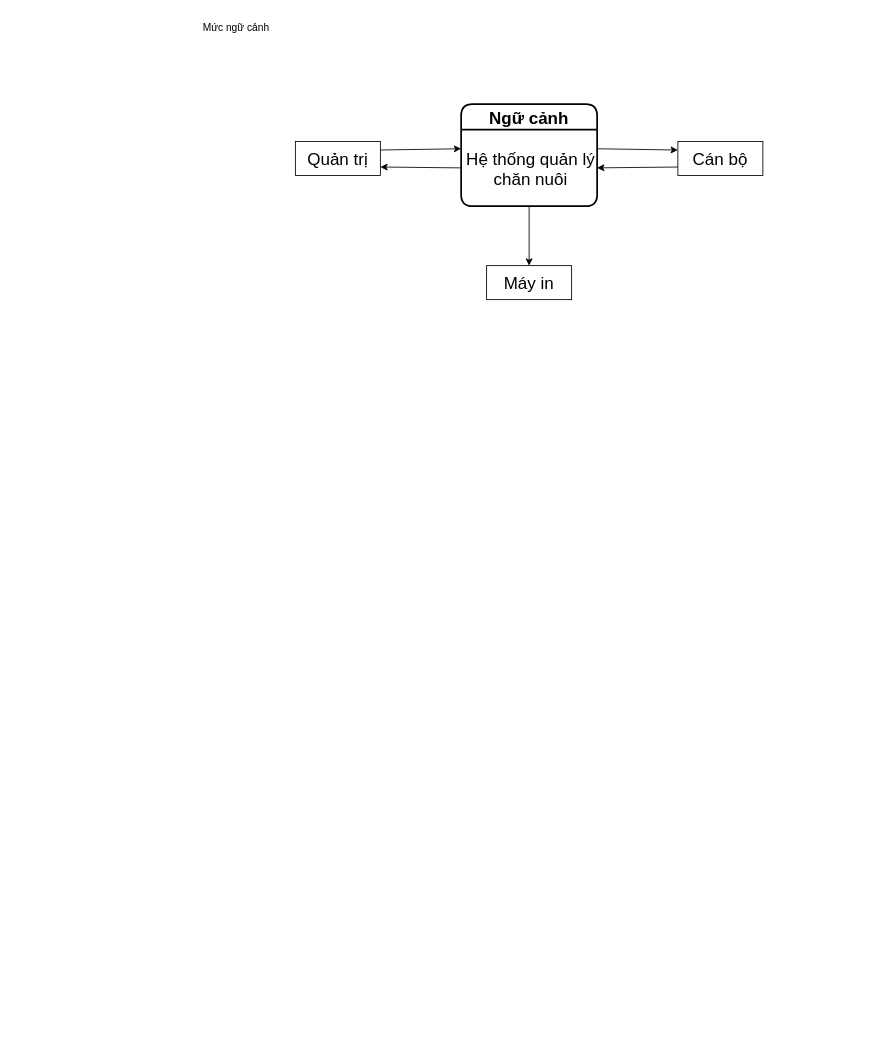
Earlier version of the draw.io diagram Data Flow Diagram.drawio (ngkhnghia/ktpmud). Source tidied: cells renumbered, new cells numbered last; positions are measured from the earlier drawing's top-left corner, leaving out a move shared by most shapes. Both pictures are drawn from the tidied source at 85%, with x=0, y=0 at pixel (193, 14).
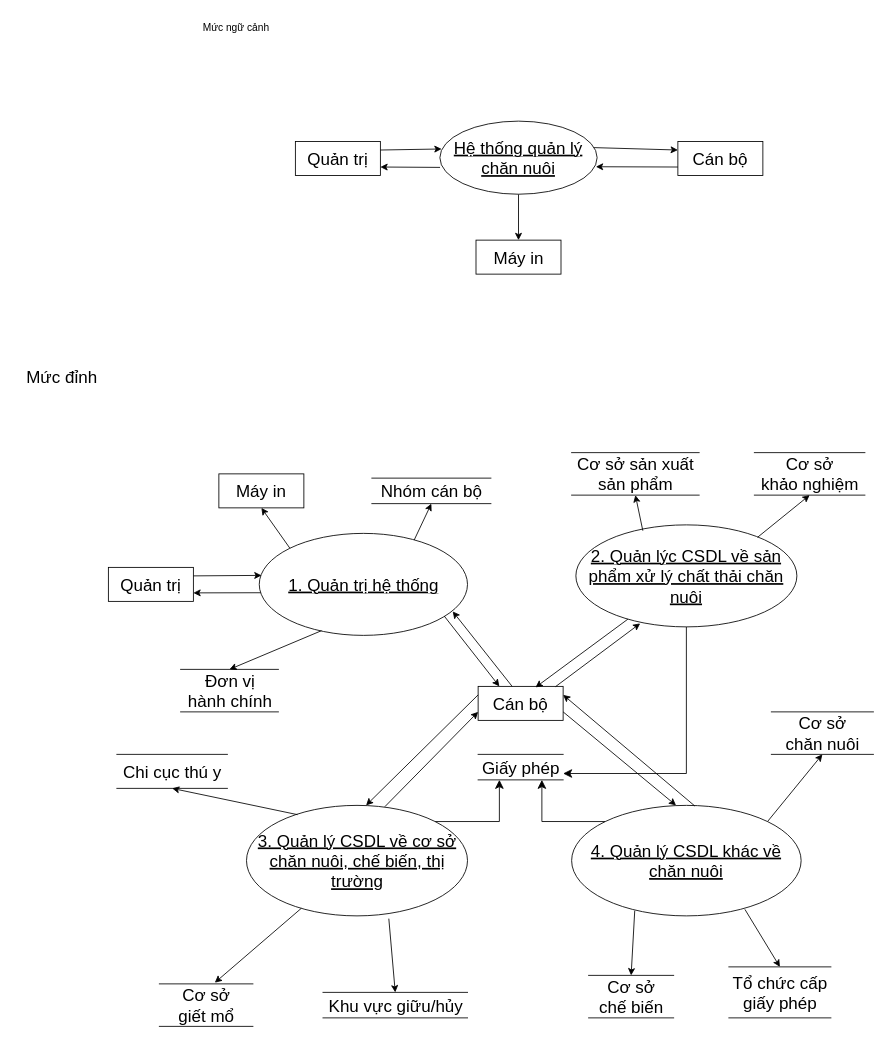
The same page after the edit.

Unchanged cells that the change refers to:
```xml
<mxCell id="6" value="Quản trị" style="whiteSpace=wrap;html=1;align=center;fontSize=20;" parent="1" vertex="1">
  <mxGeometry x="120" y="149" width="100" height="40" as="geometry" />
</mxCell>
<mxCell id="7" value="Cán bộ" style="whiteSpace=wrap;html=1;align=center;fontSize=20;" parent="1" vertex="1">
  <mxGeometry x="570" y="149" width="100" height="40" as="geometry" />
</mxCell>
```

Change to the diagram source:
```diff
@@
-    <mxCell id="3" value="Ngữ cảnh" style="swimlane;horizontal=1;startSize=30;rounded=1;fontSize=20;fontStyle=1;strokeWidth=2;shadow=0;dashed=0;align=center;" parent="1" vertex="1">
-      <mxGeometry x="315" y="105" width="160" height="120" as="geometry" />
-    </mxCell>
-    <mxCell id="4" value="Hệ thống quản lý &#10;chăn nuôi" style="align=center;strokeColor=none;fillColor=none;spacingLeft=4;fontSize=20;verticalAlign=middle;" parent="3" vertex="1">
-      <mxGeometry y="30" width="160" height="90" as="geometry" />
-    </mxCell>
     <mxCell id="5" value="Máy in" style="whiteSpace=wrap;html=1;align=center;fontSize=20;" parent="1" vertex="1">
-      <mxGeometry x="345" y="295" width="100" height="40" as="geometry" />
+      <mxGeometry x="332.5" y="265" width="100" height="40" as="geometry" />
     </mxCell>
@@
-    <mxCell id="9" style="endArrow=classic;html=1;rounded=0;fontSize=20;entryX=1;entryY=0.5;entryDx=0;entryDy=0;exitX=0;exitY=0.75;exitDx=0;exitDy=0;" parent="1" edge="1" source="7" target="4">
+    <mxCell id="9" style="endArrow=classic;html=1;rounded=0;fontSize=20;exitX=0;exitY=0.75;exitDx=0;exitDy=0;entryX=0.992;entryY=0.624;entryDx=0;entryDy=0;entryPerimeter=0;" parent="1" edge="1" source="7" target="4">
       <mxGeometry relative="1" as="geometry" />
     </mxCell>
-    <mxCell id="10" style="endArrow=classic;html=1;rounded=0;fontSize=20;entryX=0;entryY=0.25;entryDx=0;entryDy=0;exitX=1;exitY=0.25;exitDx=0;exitDy=0;" parent="1" edge="1" source="4" target="7">
+    <mxCell id="10" style="endArrow=classic;html=1;rounded=0;fontSize=20;entryX=0;entryY=0.25;entryDx=0;entryDy=0;exitX=0.972;exitY=0.362;exitDx=0;exitDy=0;exitPerimeter=0;" parent="1" edge="1" source="4" target="7">
       <mxGeometry relative="1" as="geometry" />
     </mxCell>
-    <mxCell id="11" style="endArrow=classic;html=1;rounded=0;fontSize=20;entryX=1;entryY=0.75;entryDx=0;entryDy=0;exitX=0;exitY=0.5;exitDx=0;exitDy=0;" parent="1" edge="1" source="4" target="6">
+    <mxCell id="11" style="endArrow=classic;html=1;rounded=0;fontSize=20;entryX=1;entryY=0.75;entryDx=0;entryDy=0;exitX=0.001;exitY=0.633;exitDx=0;exitDy=0;exitPerimeter=0;" parent="1" edge="1" source="4" target="6">
       <mxGeometry relative="1" as="geometry" />
     </mxCell>
-    <mxCell id="12" style="endArrow=classic;html=1;rounded=0;fontSize=20;entryX=0;entryY=0.25;entryDx=0;entryDy=0;exitX=1;exitY=0.25;exitDx=0;exitDy=0;" parent="1" edge="1" source="6" target="4">
+    <mxCell id="12" style="endArrow=classic;html=1;rounded=0;fontSize=20;entryX=0.011;entryY=0.381;entryDx=0;entryDy=0;exitX=1;exitY=0.25;exitDx=0;exitDy=0;entryPerimeter=0;" parent="1" edge="1" source="6" target="4">
       <mxGeometry relative="1" as="geometry" />
     </mxCell>
+    <mxCell id="13" value="Mức đỉnh" style="text;html=1;align=center;verticalAlign=middle;strokeColor=none;fillColor=none;fontSize=20;" parent="1" vertex="1">
+      <mxGeometry x="-210" y="405" width="110" height="40" as="geometry" />
+    </mxCell>
+    <mxCell id="4" value="Hệ thống quản lý chăn nuôi" style="ellipse;whiteSpace=wrap;html=1;align=center;fontStyle=4;fontSize=20;" parent="1" vertex="1">
+      <mxGeometry x="290" y="125" width="185" height="86" as="geometry" />
+    </mxCell>
+    <mxCell id="14" value="4. Quản lý CSDL khác về chăn nuôi" style="ellipse;whiteSpace=wrap;html=1;align=center;fontStyle=4;fontSize=20;" parent="1" vertex="1">
+      <mxGeometry x="445" y="930" width="270" height="130" as="geometry" />
+    </mxCell>
+    <mxCell id="15" value="2. Quản lýc CSDL về sản phẩm xử lý chất thải chăn nuôi" style="ellipse;whiteSpace=wrap;html=1;align=center;fontStyle=4;fontSize=20;" parent="1" vertex="1">
+      <mxGeometry x="450" y="600" width="260" height="120" as="geometry" />
+    </mxCell>
+    <mxCell id="16" value="1. Quản trị hệ thống" style="ellipse;whiteSpace=wrap;html=1;align=center;fontStyle=4;fontSize=20;" parent="1" vertex="1">
+      <mxGeometry x="77.5" y="610" width="245" height="120" as="geometry" />
+    </mxCell>
+    <mxCell id="17" value="3. Quản lý CSDL về cơ sở chăn nuôi, chế biến, thị trường" style="ellipse;whiteSpace=wrap;html=1;align=center;fontStyle=4;fontSize=20;" parent="1" vertex="1">
+      <mxGeometry x="62.5" y="930" width="260" height="130" as="geometry" />
+    </mxCell>
+    <mxCell id="18" value="Quản trị" style="whiteSpace=wrap;html=1;align=center;fontSize=20;" parent="1" vertex="1">
+      <mxGeometry x="-100" y="650" width="100" height="40" as="geometry" />
+    </mxCell>
+    <mxCell id="19" value="Cán bộ" style="whiteSpace=wrap;html=1;align=center;fontSize=20;" parent="1" vertex="1">
+      <mxGeometry x="335" y="790" width="100" height="40" as="geometry" />
+    </mxCell>
+    <mxCell id="20" value="Máy in" style="whiteSpace=wrap;html=1;align=center;fontSize=20;" parent="1" vertex="1">
+      <mxGeometry x="30" y="540" width="100" height="40" as="geometry" />
+    </mxCell>
+    <mxCell id="21" value="Đơn vị&lt;br&gt;hành chính" style="html=1;dashed=0;whitespace=wrap;shape=partialRectangle;right=0;left=0;fontSize=20;" parent="1" vertex="1">
+      <mxGeometry x="-15" y="770" width="115" height="50" as="geometry" />
+    </mxCell>
+    <mxCell id="22" value="Nhóm cán bộ" style="html=1;dashed=0;whitespace=wrap;shape=partialRectangle;right=0;left=0;fontSize=20;" parent="1" vertex="1">
+      <mxGeometry x="210" y="545" width="140" height="30" as="geometry" />
+    </mxCell>
+    <mxCell id="23" value="Cơ sở sản xuất &lt;br&gt;sản phẩm" style="html=1;dashed=0;whitespace=wrap;shape=partialRectangle;right=0;left=0;fontSize=20;" parent="1" vertex="1">
+      <mxGeometry x="445" y="515" width="150" height="50" as="geometry" />
+    </mxCell>
+    <mxCell id="24" value="Cơ sở&lt;br&gt;khảo nghiệm" style="html=1;dashed=0;whitespace=wrap;shape=partialRectangle;right=0;left=0;fontSize=20;" parent="1" vertex="1">
+      <mxGeometry x="660" y="515" width="130" height="50" as="geometry" />
+    </mxCell>
+    <mxCell id="25" value="Giấy phép" style="html=1;dashed=0;whitespace=wrap;shape=partialRectangle;right=0;left=0;fontSize=20;" parent="1" vertex="1">
+      <mxGeometry x="335" y="870" width="100" height="30" as="geometry" />
+    </mxCell>
+    <mxCell id="26" value="Cơ sở&lt;br&gt;chế biến" style="html=1;dashed=0;whitespace=wrap;shape=partialRectangle;right=0;left=0;fontSize=20;" parent="1" vertex="1">
+      <mxGeometry x="465" y="1130" width="100" height="50" as="geometry" />
+    </mxCell>
+    <mxCell id="27" value="Tổ chức cấp&lt;br&gt;giấy phép" style="html=1;dashed=0;whitespace=wrap;shape=partialRectangle;right=0;left=0;fontSize=20;" parent="1" vertex="1">
+      <mxGeometry x="630" y="1120" width="120" height="60" as="geometry" />
+    </mxCell>
+    <mxCell id="28" value="Cơ sở &lt;br&gt;chăn nuôi" style="html=1;dashed=0;whitespace=wrap;shape=partialRectangle;right=0;left=0;fontSize=20;" parent="1" vertex="1">
+      <mxGeometry x="680" y="820" width="120" height="50" as="geometry" />
+    </mxCell>
+    <mxCell id="29" value="Cơ sở&lt;br&gt;giết mổ" style="html=1;dashed=0;whitespace=wrap;shape=partialRectangle;right=0;left=0;fontSize=20;" parent="1" vertex="1">
+      <mxGeometry x="-40" y="1140" width="110" height="50" as="geometry" />
+    </mxCell>
+    <mxCell id="30" value="Chi cục thú y" style="html=1;dashed=0;whitespace=wrap;shape=partialRectangle;right=0;left=0;fontSize=20;" parent="1" vertex="1">
+      <mxGeometry x="-90" y="870" width="130" height="40" as="geometry" />
+    </mxCell>
+    <mxCell id="31" value="Khu vực giữu/hủy" style="html=1;dashed=0;whitespace=wrap;shape=partialRectangle;right=0;left=0;fontSize=20;" parent="1" vertex="1">
+      <mxGeometry x="152.5" y="1150" width="170" height="30" as="geometry" />
+    </mxCell>
+    <mxCell id="32" style="endArrow=classic;html=1;rounded=0;fontSize=20;exitX=1;exitY=0.25;exitDx=0;exitDy=0;entryX=0.011;entryY=0.412;entryDx=0;entryDy=0;entryPerimeter=0;" parent="1" edge="1" source="18" target="16">
+      <mxGeometry relative="1" as="geometry" />
+    </mxCell>
+    <mxCell id="33" style="endArrow=classic;html=1;rounded=0;fontSize=20;exitX=0.007;exitY=0.582;exitDx=0;exitDy=0;exitPerimeter=0;entryX=1;entryY=0.75;entryDx=0;entryDy=0;" parent="1" edge="1" source="16" target="18">
+      <mxGeometry relative="1" as="geometry" />
+    </mxCell>
+    <mxCell id="34" style="endArrow=classic;html=1;rounded=0;fontSize=20;entryX=0.5;entryY=1;entryDx=0;entryDy=0;exitX=0;exitY=0;exitDx=0;exitDy=0;" parent="1" edge="1" source="16" target="20">
+      <mxGeometry relative="1" as="geometry" />
+    </mxCell>
+    <mxCell id="35" style="endArrow=classic;html=1;rounded=0;fontSize=20;exitX=0.744;exitY=0.065;exitDx=0;exitDy=0;exitPerimeter=0;entryX=0.5;entryY=1;entryDx=0;entryDy=0;" parent="1" edge="1" source="16" target="22">
+      <mxGeometry relative="1" as="geometry" />
+    </mxCell>
+    <mxCell id="36" style="endArrow=classic;html=1;rounded=0;fontSize=20;exitX=0.299;exitY=0.954;exitDx=0;exitDy=0;exitPerimeter=0;entryX=0.5;entryY=0;entryDx=0;entryDy=0;" parent="1" edge="1" source="16" target="21">
+      <mxGeometry relative="1" as="geometry" />
+    </mxCell>
+    <mxCell id="37" style="endArrow=classic;html=1;rounded=0;fontSize=20;entryX=0.25;entryY=0;entryDx=0;entryDy=0;exitX=0.888;exitY=0.81;exitDx=0;exitDy=0;exitPerimeter=0;" parent="1" edge="1" source="16" target="19">
+      <mxGeometry relative="1" as="geometry" />
+    </mxCell>
+    <mxCell id="38" style="endArrow=classic;html=1;rounded=0;fontSize=20;exitX=0.25;exitY=0;exitDx=0;exitDy=0;entryX=0.929;entryY=0.765;entryDx=0;entryDy=0;entryPerimeter=0;" parent="1" edge="1" target="16">
+      <mxGeometry relative="1" as="geometry">
+        <mxPoint x="375" y="790" as="sourcePoint" />
+      </mxGeometry>
+    </mxCell>
+    <mxCell id="39" style="endArrow=classic;html=1;rounded=0;fontSize=20;entryX=0.541;entryY=0;entryDx=0;entryDy=0;entryPerimeter=0;exitX=0;exitY=0.25;exitDx=0;exitDy=0;" parent="1" edge="1" source="19" target="17">
+      <mxGeometry relative="1" as="geometry" />
+    </mxCell>
+    <mxCell id="40" style="endArrow=classic;html=1;rounded=0;fontSize=20;entryX=0.675;entryY=0.029;entryDx=0;entryDy=0;entryPerimeter=0;" parent="1" edge="1" source="15" target="19">
+      <mxGeometry relative="1" as="geometry" />
+    </mxCell>
+    <mxCell id="41" style="endArrow=classic;html=1;rounded=0;fontSize=20;entryX=0.291;entryY=0.966;entryDx=0;entryDy=0;entryPerimeter=0;exitX=0.91;exitY=0.009;exitDx=0;exitDy=0;exitPerimeter=0;" parent="1" edge="1" source="19" target="15">
+      <mxGeometry relative="1" as="geometry" />
+    </mxCell>
+    <mxCell id="42" style="endArrow=classic;html=1;rounded=0;fontSize=20;exitX=0.626;exitY=0.012;exitDx=0;exitDy=0;exitPerimeter=0;entryX=0;entryY=0.75;entryDx=0;entryDy=0;" parent="1" edge="1" source="17" target="19">
+      <mxGeometry relative="1" as="geometry" />
+    </mxCell>
+    <mxCell id="43" style="endArrow=classic;html=1;rounded=0;fontSize=20;entryX=1;entryY=0.25;entryDx=0;entryDy=0;exitX=0.537;exitY=0.006;exitDx=0;exitDy=0;exitPerimeter=0;" parent="1" edge="1" source="14" target="19">
+      <mxGeometry relative="1" as="geometry" />
+    </mxCell>
+    <mxCell id="44" style="endArrow=classic;html=1;rounded=0;fontSize=20;entryX=0.455;entryY=0;entryDx=0;entryDy=0;entryPerimeter=0;exitX=1;exitY=0.75;exitDx=0;exitDy=0;" parent="1" edge="1" source="19" target="14">
+      <mxGeometry relative="1" as="geometry" />
+    </mxCell>
+    <mxCell id="45" style="endArrow=classic;html=1;rounded=0;fontSize=20;entryX=0.5;entryY=1;entryDx=0;entryDy=0;exitX=0.303;exitY=0.057;exitDx=0;exitDy=0;exitPerimeter=0;" parent="1" edge="1" source="15" target="23">
+      <mxGeometry relative="1" as="geometry" />
+    </mxCell>
+    <mxCell id="46" style="endArrow=classic;html=1;rounded=0;fontSize=20;entryX=0.5;entryY=1;entryDx=0;entryDy=0;exitX=0.822;exitY=0.122;exitDx=0;exitDy=0;exitPerimeter=0;" parent="1" edge="1" source="15" target="24">
+      <mxGeometry relative="1" as="geometry" />
+    </mxCell>
+    <mxCell id="47" style="endArrow=classic;html=1;rounded=0;fontSize=20;exitX=0.231;exitY=0.084;exitDx=0;exitDy=0;exitPerimeter=0;entryX=0.5;entryY=1;entryDx=0;entryDy=0;" parent="1" edge="1" source="17" target="30">
+      <mxGeometry relative="1" as="geometry" />
+    </mxCell>
+    <mxCell id="48" style="endArrow=classic;html=1;rounded=0;fontSize=20;entryX=0.5;entryY=0;entryDx=0;entryDy=0;exitX=0.644;exitY=1.025;exitDx=0;exitDy=0;exitPerimeter=0;" parent="1" edge="1" source="17" target="31">
+      <mxGeometry relative="1" as="geometry" />
+    </mxCell>
+    <mxCell id="49" style="endArrow=classic;html=1;rounded=0;fontSize=20;entryX=0.593;entryY=-0.028;entryDx=0;entryDy=0;entryPerimeter=0;" parent="1" edge="1" source="17" target="29">
+      <mxGeometry relative="1" as="geometry" />
+    </mxCell>
+    <mxCell id="50" style="endArrow=classic;html=1;rounded=0;fontSize=20;exitX=0.755;exitY=0.941;exitDx=0;exitDy=0;exitPerimeter=0;entryX=0.5;entryY=0;entryDx=0;entryDy=0;" parent="1" edge="1" source="14" target="27">
+      <mxGeometry relative="1" as="geometry" />
+    </mxCell>
+    <mxCell id="51" style="endArrow=classic;html=1;rounded=0;fontSize=20;exitX=0.275;exitY=0.953;exitDx=0;exitDy=0;exitPerimeter=0;entryX=0.5;entryY=0;entryDx=0;entryDy=0;" parent="1" edge="1" source="14" target="26">
+      <mxGeometry relative="1" as="geometry" />
+    </mxCell>
+    <mxCell id="52" style="endArrow=classic;html=1;rounded=0;fontSize=20;entryX=0.5;entryY=1;entryDx=0;entryDy=0;exitX=1;exitY=0;exitDx=0;exitDy=0;" parent="1" edge="1" source="14" target="28">
+      <mxGeometry relative="1" as="geometry" />
+    </mxCell>
+    <mxCell id="53" style="edgeStyle=segmentEdgeStyle;endArrow=classic;html=1;curved=0;rounded=0;endSize=8;startSize=8;fontSize=20;exitX=0.5;exitY=1;exitDx=0;exitDy=0;entryX=1;entryY=0.75;entryDx=0;entryDy=0;" parent="1" edge="1" source="15" target="25">
+      <mxGeometry relative="1" as="geometry">
+        <Array as="points">
+          <mxPoint x="580" y="893" />
+        </Array>
+      </mxGeometry>
+    </mxCell>
+    <mxCell id="54" style="edgeStyle=segmentEdgeStyle;endArrow=classic;html=1;curved=0;rounded=0;endSize=8;startSize=8;fontSize=20;exitX=1;exitY=0;exitDx=0;exitDy=0;entryX=0.25;entryY=1;entryDx=0;entryDy=0;" parent="1" edge="1" source="17" target="25">
+      <mxGeometry relative="1" as="geometry" />
+    </mxCell>
+    <mxCell id="55" style="edgeStyle=segmentEdgeStyle;endArrow=classic;html=1;curved=0;rounded=0;endSize=8;startSize=8;fontSize=20;entryX=0.75;entryY=1;entryDx=0;entryDy=0;exitX=0;exitY=0;exitDx=0;exitDy=0;" parent="1" edge="1" source="14" target="25">
+      <mxGeometry relative="1" as="geometry" />
+    </mxCell>
```
